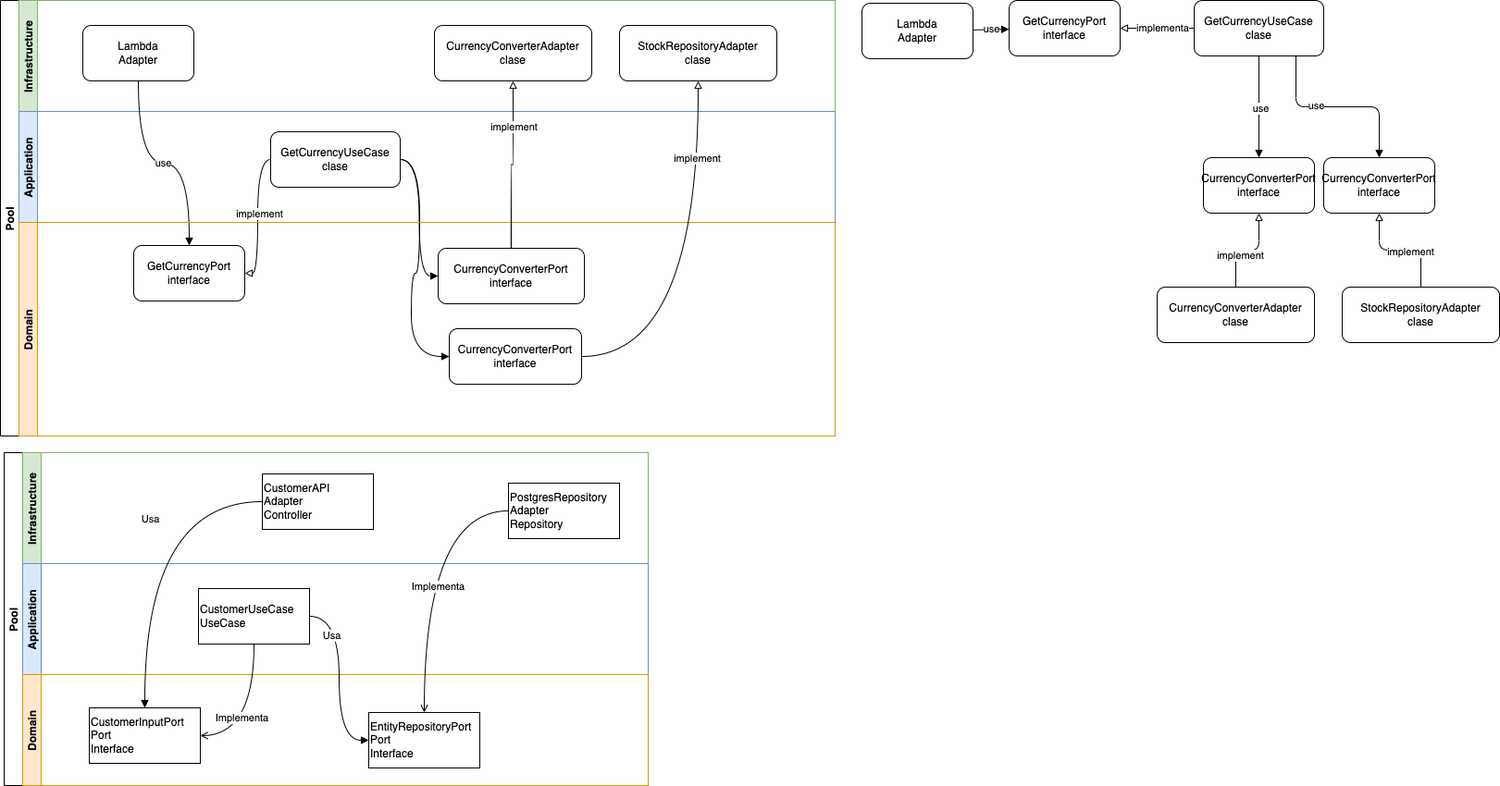
The draw.io diagram diagram.drawio.png in oscardmg/aws-lambda-hexagonal-architecture, before a commit. Source tidied: cells renumbered, new cells last; positions are measured from the earlier drawing's top-left corner, leaving out a move shared by most shapes.
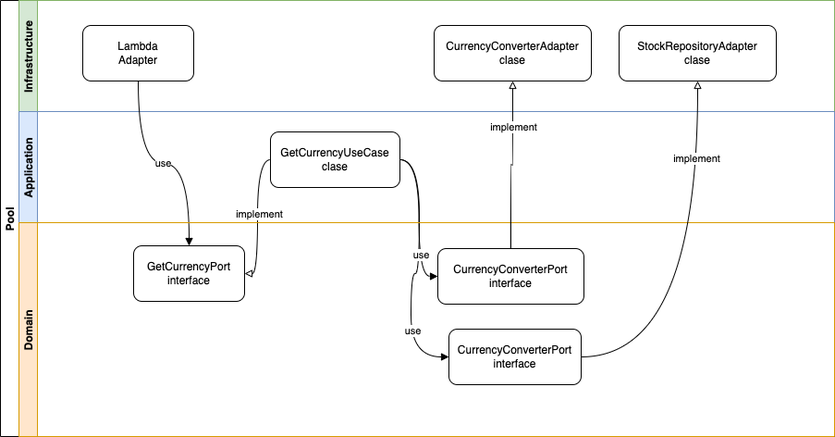
The same file after the commit.

Change to the diagram source:
```diff
@@ -2,69 +2,6 @@
   <root>
     <mxCell id="0" />
     <mxCell id="1" parent="0" />
-    <mxCell id="2" value="use" style="edgeStyle=none;html=1;endArrow=block;endFill=1;" parent="1" edge="1" source="3" target="4">
-      <mxGeometry relative="1" as="geometry" />
-    </mxCell>
-    <mxCell id="3" value="Lambda&lt;br&gt;Adapter" style="rounded=1;whiteSpace=wrap;html=1;" parent="1" vertex="1">
-      <mxGeometry x="931" y="3" width="120" height="60" as="geometry" />
-    </mxCell>
-    <mxCell id="4" value="GetCurrencyPort&lt;br&gt;interface" style="rounded=1;whiteSpace=wrap;html=1;" parent="1" vertex="1">
-      <mxGeometry x="1090" width="120" height="60" as="geometry" />
-    </mxCell>
-    <mxCell id="5" style="edgeStyle=none;html=1;endArrow=block;endFill=0;" parent="1" edge="1" source="11" target="4">
-      <mxGeometry relative="1" as="geometry" />
-    </mxCell>
-    <mxCell id="6" value="implementa" style="edgeLabel;html=1;align=center;verticalAlign=middle;" parent="5" vertex="1">
-      <mxGeometry x="-0.12" y="-1" relative="1" as="geometry" />
-    </mxCell>
-    <mxCell id="7" style="edgeStyle=none;html=1;endArrow=block;endFill=1;" parent="1" edge="1" source="11" target="12">
-      <mxGeometry relative="1" as="geometry" />
-    </mxCell>
-    <mxCell id="8" value="use" style="edgeLabel;html=1;align=center;verticalAlign=middle;" parent="7" vertex="1">
-      <mxGeometry x="0.01" y="1" relative="1" as="geometry" />
-    </mxCell>
-    <mxCell id="9" style="edgeStyle=orthogonalEdgeStyle;html=1;entryX=0.5;entryY=0;entryDx=0;entryDy=0;endArrow=block;endFill=1;" parent="1" edge="1" source="11" target="13">
-      <mxGeometry relative="1" as="geometry">
-        <Array as="points">
-          <mxPoint x="1400" y="115" />
-          <mxPoint x="1490" y="115" />
-        </Array>
-      </mxGeometry>
-    </mxCell>
-    <mxCell id="10" value="use" style="edgeLabel;html=1;align=center;verticalAlign=middle;" parent="9" vertex="1">
-      <mxGeometry x="-0.24" y="3" relative="1" as="geometry">
-        <mxPoint y="1" as="offset" />
-      </mxGeometry>
-    </mxCell>
-    <mxCell id="11" value="GetCurrencyUseCase&lt;br&gt;clase" style="rounded=1;whiteSpace=wrap;html=1;" parent="1" vertex="1">
-      <mxGeometry x="1290" width="140" height="60" as="geometry" />
-    </mxCell>
-    <mxCell id="12" value="CurrencyConverterPort&lt;br&gt;interface" style="whiteSpace=wrap;html=1;rounded=1;" parent="1" vertex="1">
-      <mxGeometry x="1300" y="170" width="120" height="60" as="geometry" />
-    </mxCell>
-    <mxCell id="13" value="CurrencyConverterPort&lt;br&gt;interface" style="whiteSpace=wrap;html=1;rounded=1;" parent="1" vertex="1">
-      <mxGeometry x="1430" y="170" width="120" height="60" as="geometry" />
-    </mxCell>
-    <mxCell id="14" style="edgeStyle=orthogonalEdgeStyle;html=1;endArrow=block;endFill=0;" parent="1" edge="1" source="16" target="12">
-      <mxGeometry relative="1" as="geometry" />
-    </mxCell>
-    <mxCell id="15" value="implement" style="edgeLabel;html=1;align=center;verticalAlign=middle;" parent="14" vertex="1">
-      <mxGeometry x="-0.32" y="-4" relative="1" as="geometry">
-        <mxPoint y="1" as="offset" />
-      </mxGeometry>
-    </mxCell>
-    <mxCell id="16" value="CurrencyConverterAdapter&lt;br&gt;clase" style="whiteSpace=wrap;html=1;rounded=1;" parent="1" vertex="1">
-      <mxGeometry x="1250" y="310" width="170" height="60" as="geometry" />
-    </mxCell>
-    <mxCell id="17" style="edgeStyle=orthogonalEdgeStyle;html=1;endArrow=block;endFill=0;" parent="1" edge="1" source="19" target="13">
-      <mxGeometry relative="1" as="geometry" />
-    </mxCell>
-    <mxCell id="18" value="implement" style="edgeLabel;html=1;align=center;verticalAlign=middle;" parent="17" vertex="1">
-      <mxGeometry x="-0.17" y="1" relative="1" as="geometry" />
-    </mxCell>
-    <mxCell id="19" value="StockRepositoryAdapter&lt;br&gt;clase" style="whiteSpace=wrap;html=1;rounded=1;" parent="1" vertex="1">
-      <mxGeometry x="1450" y="310" width="170" height="60" as="geometry" />
-    </mxCell>
     <mxCell id="20" value="Pool" style="swimlane;horizontal=0;startSize=20;" parent="1" vertex="1">
       <mxGeometry width="902" height="471" as="geometry" />
     </mxCell>
@@ -111,6 +48,12 @@
         </Array>
       </mxGeometry>
     </mxCell>
+    <mxCell id="58" value="use" style="edgeLabel;html=1;align=center;verticalAlign=middle;" parent="32" vertex="1">
+      <mxGeometry x="-0.13" y="1" relative="1" as="geometry" />
+    </mxCell>
+    <mxCell id="59" value="use" style="edgeLabel;html=1;align=center;verticalAlign=middle;" parent="32" vertex="1">
+      <mxGeometry x="0.51" y="1" relative="1" as="geometry" />
+    </mxCell>
     <mxCell id="33" value="Domain" style="swimlane;startSize=20;horizontal=0;fillColor=#ffe6cc;strokeColor=#d79b00;" parent="20" vertex="1">
       <mxGeometry x="20" y="240" width="882" height="231" as="geometry" />
     </mxCell>
@@ -135,56 +78,5 @@
     <mxCell id="40" value="implement" style="edgeLabel;html=1;align=center;verticalAlign=middle;" parent="39" vertex="1">
       <mxGeometry x="0.61" y="2" relative="1" as="geometry" />
     </mxCell>
-    <mxCell id="41" value="Pool" style="swimlane;horizontal=0;startSize=20;" parent="1" vertex="1">
-      <mxGeometry x="4" y="489" width="696" height="360" as="geometry" />
-    </mxCell>
-    <mxCell id="42" value="Infrastructure" style="swimlane;startSize=20;horizontal=0;fillColor=#d5e8d4;strokeColor=#82b366;" parent="41" vertex="1">
-      <mxGeometry x="20" width="676" height="120" as="geometry" />
-    </mxCell>
-    <mxCell id="43" value="CustomerAPI&lt;br&gt;Adapter&lt;br&gt;Controller" style="whiteSpace=wrap;html=1;rounded=0;align=left;" parent="42" vertex="1">
-      <mxGeometry x="259" y="23" width="120" height="60" as="geometry" />
-    </mxCell>
-    <mxCell id="44" value="PostgresRepository&lt;br&gt;Adapter&lt;br&gt;Repository" style="whiteSpace=wrap;html=1;rounded=0;align=left;" parent="42" vertex="1">
-      <mxGeometry x="525" y="33" width="120" height="60" as="geometry" />
-    </mxCell>
-    <mxCell id="45" value="Application" style="swimlane;startSize=20;horizontal=0;fillColor=#dae8fc;strokeColor=#6c8ebf;" parent="41" vertex="1">
-      <mxGeometry x="20" y="120" width="676" height="120" as="geometry" />
-    </mxCell>
-    <mxCell id="46" value="CustomerUseCase&lt;br&gt;UseCase" style="whiteSpace=wrap;html=1;rounded=0;align=left;" parent="45" vertex="1">
-      <mxGeometry x="190" y="27" width="120" height="60" as="geometry" />
-    </mxCell>
-    <mxCell id="47" value="Domain" style="swimlane;startSize=20;horizontal=0;fillColor=#ffe6cc;strokeColor=#d79b00;" parent="41" vertex="1">
-      <mxGeometry x="20" y="240" width="676" height="120" as="geometry" />
-    </mxCell>
-    <mxCell id="48" value="CustomerInputPort&lt;br&gt;Port&lt;br&gt;Interface" style="whiteSpace=wrap;html=1;rounded=0;align=left;" parent="47" vertex="1">
-      <mxGeometry x="72" y="36" width="120" height="60" as="geometry" />
-    </mxCell>
-    <mxCell id="49" value="EntityRepositoryPort&lt;br&gt;Port&lt;br&gt;Interface" style="whiteSpace=wrap;html=1;rounded=0;align=left;" parent="47" vertex="1">
-      <mxGeometry x="374" y="41" width="120" height="60" as="geometry" />
-    </mxCell>
-    <mxCell id="50" style="edgeStyle=orthogonalEdgeStyle;curved=1;rounded=0;jettySize=auto;html=1;endArrow=block;endFill=1;" parent="41" edge="1" source="43" target="48">
-      <mxGeometry relative="1" as="geometry" />
-    </mxCell>
-    <mxCell id="51" value="Usa" style="edgeLabel;html=1;align=center;verticalAlign=middle;" parent="50" vertex="1">
-      <mxGeometry x="-0.17" y="5" relative="1" as="geometry" />
-    </mxCell>
-    <mxCell id="52" style="edgeStyle=orthogonalEdgeStyle;curved=1;rounded=0;jettySize=auto;html=1;entryX=1;entryY=0.5;entryDx=0;entryDy=0;endArrow=open;endFill=0;" parent="41" edge="1" source="46" target="48">
-      <mxGeometry relative="1" as="geometry" />
-    </mxCell>
-    <mxCell id="53" value="Implementa" style="edgeLabel;html=1;align=center;verticalAlign=middle;" parent="52" vertex="1">
-      <mxGeometry x="0.01" y="-14" relative="1" as="geometry" />
-    </mxCell>
-    <mxCell id="54" style="edgeStyle=orthogonalEdgeStyle;curved=1;rounded=0;jettySize=auto;html=1;entryX=0;entryY=0.5;entryDx=0;entryDy=0;endArrow=block;endFill=1;exitX=1;exitY=0.5;exitDx=0;exitDy=0;" parent="41" edge="1" source="46" target="49">
-      <mxGeometry relative="1" as="geometry" />
-    </mxCell>
-    <mxCell id="55" value="Usa" style="edgeLabel;html=1;align=center;verticalAlign=middle;" parent="54" vertex="1">
-      <mxGeometry x="-0.47" y="-9" relative="1" as="geometry" />
-    </mxCell>
-    <mxCell id="56" style="edgeStyle=orthogonalEdgeStyle;curved=1;rounded=0;jettySize=auto;html=1;endArrow=open;endFill=0;" parent="41" edge="1" source="44" target="49">
-      <mxGeometry relative="1" as="geometry" />
-    </mxCell>
-    <mxCell id="57" value="Implementa" style="edgeLabel;html=1;align=center;verticalAlign=middle;" parent="56" vertex="1">
-      <mxGeometry x="0.11" y="14" relative="1" as="geometry" />
-    </mxCell>
   </root>
 </mxGraphModel>
```
